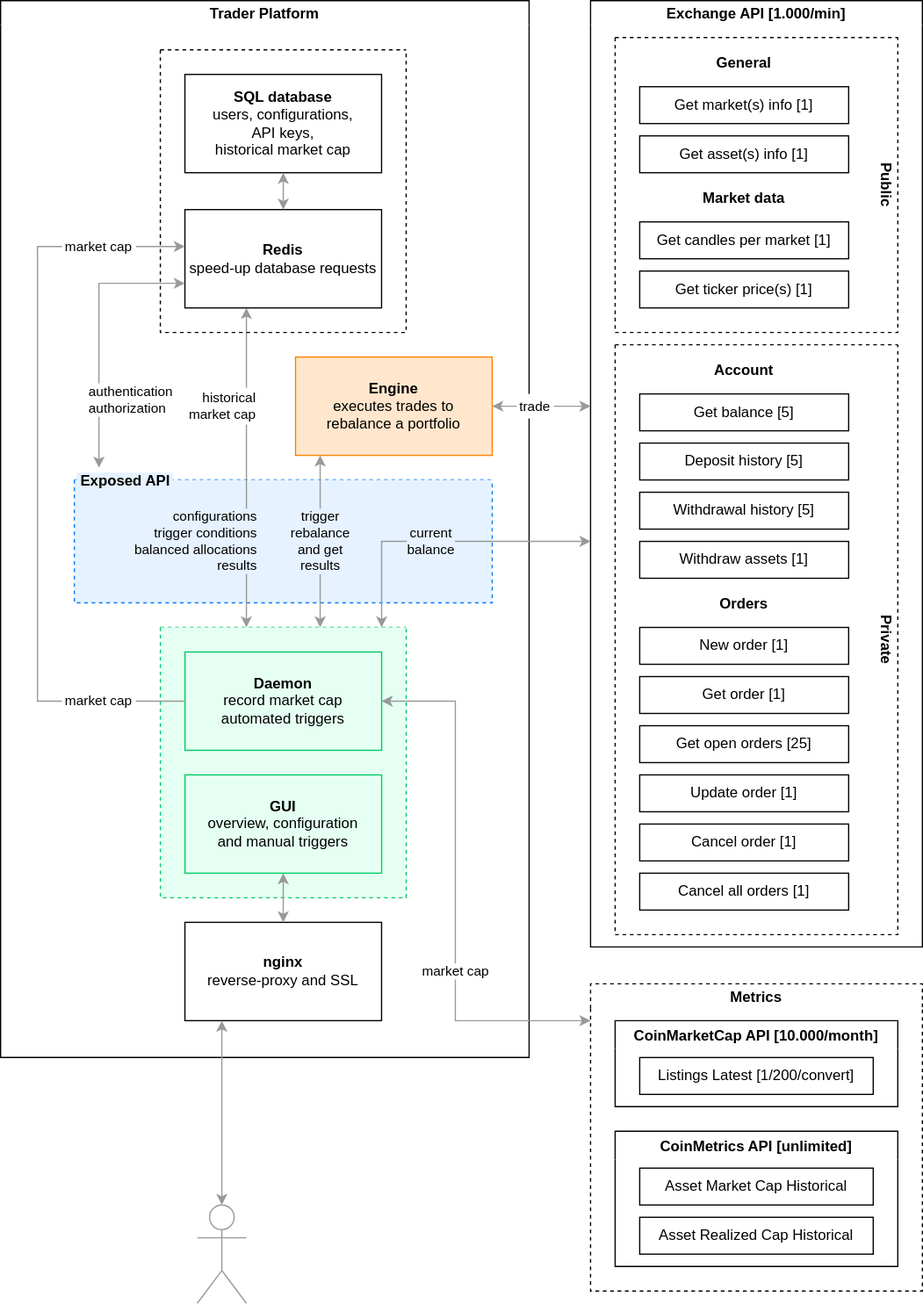
This is Wiki/Diagrams/Architecture-MacroLevel.svg from bvandevliet/TraderPlatform.Core, a draw.io export, as it was before one commit. Source tidied: cells renumbered, new cells last; positions are measured from the earlier drawing's top-left corner, leaving out a move shared by most shapes.
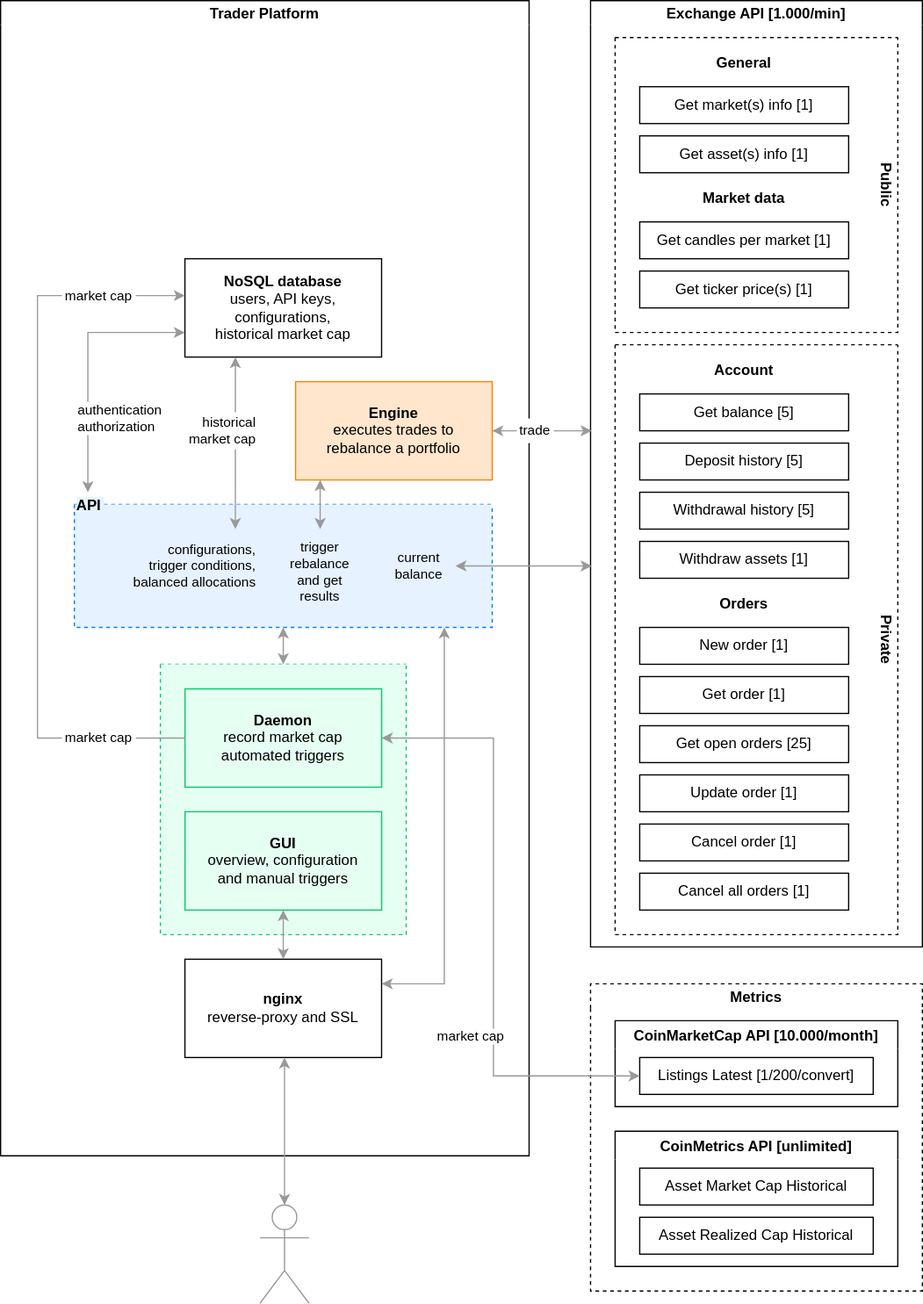
After the commit.

Commit message:
Updated architecture diagram, planning on using NoSql instead.

The edit, as a diff of the source:
```diff
@@ -2,14 +2,26 @@
   <root>
     <mxCell id="0" />
     <mxCell id="1" parent="0" />
-    <mxCell id="2" value="Trader Platform" style="swimlane;startSize=20;strokeColor=default;swimlaneLine=0;fillColor=default;swimlaneFillColor=default;" parent="1" vertex="1">
-      <mxGeometry width="430" height="860" as="geometry" />
+    <mxCell id="2" value="Trader Platform" style="swimlane;startSize=20;strokeColor=default;swimlaneLine=0;fillColor=default;swimlaneFillColor=default;labelBackgroundColor=none;labelBorderColor=none;" parent="1" vertex="1">
+      <mxGeometry width="430" height="940" as="geometry" />
     </mxCell>
-    <mxCell id="3" value=" Exposed API" style="swimlane;startSize=0;dashed=1;strokeColor=#007FFF;fillColor=#E6F2FF;align=left;labelBackgroundColor=#E6F2FF;swimlaneFillColor=#E6F2FF;verticalAlign=middle;" parent="2" vertex="1">
-      <mxGeometry x="60" y="390" width="340" height="100" as="geometry" />
+    <mxCell id="3" value="API" style="swimlane;startSize=0;dashed=1;strokeColor=#007FFF;fillColor=#E6F2FF;align=left;labelBackgroundColor=#E6F2FF;swimlaneFillColor=#E6F2FF;verticalAlign=middle;" parent="2" vertex="1">
+      <mxGeometry x="60" y="410" width="340" height="100" as="geometry" />
     </mxCell>
+    <mxCell id="59" value="&lt;span style=&quot;background-color: rgb(230, 242, 255);&quot;&gt;configurations,&lt;/span&gt;&lt;br style=&quot;&quot;&gt;&lt;div style=&quot;&quot;&gt;trigger conditions,&lt;/div&gt;&lt;div style=&quot;&quot;&gt;balanced allocations&lt;/div&gt;" style="text;strokeColor=none;fillColor=none;align=right;verticalAlign=middle;rounded=0;dashed=1;fontSize=11;whiteSpace=wrap;html=1;labelBackgroundColor=none;" parent="3" vertex="1">
+      <mxGeometry x="40.9" y="20" width="109" height="60" as="geometry" />
+    </mxCell>
+    <mxCell id="60" value="&lt;div style=&quot;&quot;&gt;trigger&lt;/div&gt;&lt;div style=&quot;&quot;&gt;rebalance&lt;/div&gt;&lt;div style=&quot;&quot;&gt;and get&lt;/div&gt;&lt;div style=&quot;&quot;&gt;results&lt;/div&gt;" style="text;strokeColor=none;fillColor=none;align=center;verticalAlign=middle;rounded=0;dashed=1;fontSize=11;whiteSpace=wrap;html=1;labelBackgroundColor=none;" parent="3" vertex="1">
+      <mxGeometry x="170" y="20" width="60" height="70" as="geometry" />
+    </mxCell>
+    <mxCell id="61" value="&lt;div style=&quot;&quot;&gt;&lt;div style=&quot;&quot;&gt;current&lt;/div&gt;&lt;div style=&quot;&quot;&gt;balance&lt;/div&gt;&lt;/div&gt;" style="text;strokeColor=none;fillColor=none;align=center;verticalAlign=middle;rounded=0;dashed=1;fontSize=11;whiteSpace=wrap;html=1;labelBackgroundColor=none;" parent="3" vertex="1">
+      <mxGeometry x="251" y="30" width="59" height="40" as="geometry" />
+    </mxCell>
+    <mxCell id="62" style="edgeStyle=orthogonalEdgeStyle;rounded=0;jettySize=auto;html=1;exitX=0.5;exitY=0;exitDx=0;exitDy=0;labelBackgroundColor=#e6f2ff;strokeColor=#999999;startArrow=classic;startFill=1;" parent="2" edge="1" source="4" target="3">
+      <mxGeometry relative="1" as="geometry" />
+    </mxCell>
     <mxCell id="4" style="swimlane;startSize=0;dashed=1;strokeColor=#00CC66;fillColor=none;align=center;fillStyle=solid;gradientColor=none;swimlaneFillColor=#e6fff3;" parent="2" vertex="1">
-      <mxGeometry x="130" y="510" width="200" height="220" as="geometry" />
+      <mxGeometry x="130" y="540" width="200" height="220" as="geometry" />
     </mxCell>
     <mxCell id="5" value="&lt;div&gt;&lt;b&gt;GUI&lt;br&gt;&lt;/b&gt;&lt;/div&gt;&lt;div&gt;overview, configuration&lt;br&gt;and manual triggers&lt;br&gt;&lt;/div&gt;" style="rounded=0;whiteSpace=wrap;html=1;strokeColor=#00CC66;fillColor=none;" parent="4" vertex="1">
       <mxGeometry x="20" y="120" width="160" height="80" as="geometry" />
@@ -17,89 +29,87 @@
     <mxCell id="6" value="&lt;div&gt;&lt;b&gt;Daemon&lt;/b&gt;&lt;/div&gt;&lt;div&gt;record market cap&lt;/div&gt;&lt;div&gt;automated triggers&lt;/div&gt;" style="rounded=0;whiteSpace=wrap;html=1;strokeColor=#00CC66;fillColor=none;" parent="4" vertex="1">
       <mxGeometry x="20" y="20" width="160" height="80" as="geometry" />
     </mxCell>
-    <mxCell id="7" value="configurations&lt;br&gt;&lt;div&gt;trigger conditions&lt;/div&gt;&lt;div&gt;balanced allocations&lt;/div&gt;&lt;div&gt;results&lt;br&gt;&lt;/div&gt;" style="edgeStyle=orthogonalEdgeStyle;rounded=0;jettySize=auto;html=1;align=right;startArrow=classic;startFill=1;labelBorderColor=none;labelBackgroundColor=#e6f2ff;strokeColor=#999999;" parent="2" edge="1" source="4" target="10">
-      <mxGeometry x="-0.46" y="-10" relative="1" as="geometry">
-        <Array as="points">
-          <mxPoint x="200" y="340" />
-          <mxPoint x="200" y="340" />
-        </Array>
-      </mxGeometry>
-    </mxCell>
-    <mxCell id="8" style="swimlane;startSize=0;dashed=1;strokeColor=#000000;fillColor=none;" parent="2" vertex="1">
-      <mxGeometry x="130" y="40" width="200" height="230" as="geometry" />
-    </mxCell>
-    <mxCell id="9" value="&lt;div&gt;&lt;b&gt;SQL database&lt;br&gt;&lt;/b&gt;&lt;/div&gt;&lt;div&gt;users, configurations,&lt;br&gt;API keys,&lt;br&gt;historical market cap&lt;br&gt;&lt;/div&gt;" style="rounded=0;whiteSpace=wrap;html=1;" parent="8" vertex="1">
-      <mxGeometry x="20" y="20" width="160" height="80" as="geometry" />
-    </mxCell>
-    <mxCell id="10" value="&lt;div&gt;&lt;b&gt;Redis&lt;/b&gt;&lt;/div&gt;&lt;div&gt;speed-up database requests&lt;br&gt;&lt;/div&gt;" style="rounded=0;whiteSpace=wrap;html=1;" parent="8" vertex="1">
-      <mxGeometry x="20" y="130" width="160" height="80" as="geometry" />
-    </mxCell>
-    <mxCell id="11" style="edgeStyle=orthogonalEdgeStyle;rounded=0;jettySize=auto;html=1;startArrow=classic;startFill=1;strokeColor=#999999;" parent="8" edge="1" source="10" target="9">
-      <mxGeometry relative="1" as="geometry" />
-    </mxCell>
     <mxCell id="12" value="&lt;div&gt;&lt;b&gt;Engine&lt;br&gt;&lt;/b&gt;&lt;/div&gt;&lt;div&gt;executes trades to&lt;br&gt;rebalance a portfolio&lt;br&gt;&lt;/div&gt;" style="rounded=0;whiteSpace=wrap;html=1;strokeColor=#FF8000;fillColor=#FFE6CC;" parent="2" vertex="1">
-      <mxGeometry x="240" y="290" width="160" height="80" as="geometry" />
+      <mxGeometry x="240" y="310" width="160" height="80" as="geometry" />
     </mxCell>
+    <mxCell id="63" style="edgeStyle=orthogonalEdgeStyle;rounded=0;jettySize=auto;html=1;exitX=1;exitY=0.25;exitDx=0;exitDy=0;strokeColor=#999;startArrow=classic;startFill=1;" parent="2" edge="1" source="13" target="3">
+      <mxGeometry relative="1" as="geometry">
+        <Array as="points">
+          <mxPoint x="361" y="800" />
+        </Array>
+      </mxGeometry>
+    </mxCell>
     <mxCell id="13" value="&lt;div&gt;&lt;b&gt;nginx&lt;/b&gt;&lt;/div&gt;&lt;div&gt;reverse-proxy and SSL&lt;br&gt;&lt;/div&gt;" style="rounded=0;whiteSpace=wrap;html=1;" parent="2" vertex="1">
-      <mxGeometry x="150" y="750" width="160" height="80" as="geometry" />
+      <mxGeometry x="150" y="780" width="160" height="80" as="geometry" />
     </mxCell>
     <mxCell id="14" style="edgeStyle=orthogonalEdgeStyle;rounded=0;jettySize=auto;html=1;startArrow=classic;startFill=1;strokeColor=#999;" parent="2" edge="1" source="13" target="5">
       <mxGeometry relative="1" as="geometry">
         <Array as="points">
-          <mxPoint x="180" y="650" />
-          <mxPoint x="180" y="650" />
+          <mxPoint x="180" y="680" />
+          <mxPoint x="180" y="680" />
         </Array>
       </mxGeometry>
     </mxCell>
-    <mxCell id="15" value="&lt;div&gt;trigger&lt;/div&gt;&lt;div&gt;rebalance&lt;/div&gt;&lt;div&gt;and get&lt;/div&gt;&lt;div&gt;results&lt;br&gt;&lt;/div&gt;" style="edgeStyle=orthogonalEdgeStyle;rounded=0;jettySize=auto;html=1;startArrow=classic;startFill=1;labelBackgroundColor=#e6f2ff;strokeColor=#999999;" parent="2" edge="1" source="4" target="12">
-      <mxGeometry relative="1" as="geometry">
+    <mxCell id="15" value="&lt;div&gt;&lt;br&gt;&lt;/div&gt;" style="edgeStyle=orthogonalEdgeStyle;rounded=0;jettySize=auto;html=1;startArrow=classic;startFill=1;labelBackgroundColor=#e6f2ff;strokeColor=#999999;" parent="2" edge="1" source="60" target="12">
+      <mxGeometry y="-1" relative="1" as="geometry">
         <Array as="points">
-          <mxPoint x="260" y="400" />
-          <mxPoint x="260" y="400" />
+          <mxPoint x="260" y="410" />
+          <mxPoint x="260" y="410" />
         </Array>
       </mxGeometry>
     </mxCell>
-    <mxCell id="16" value="&lt;div&gt;authentication&lt;/div&gt;&lt;div&gt;authorization&lt;br&gt;&lt;/div&gt;" style="edgeStyle=orthogonalEdgeStyle;rounded=0;jettySize=auto;html=1;entryX=0;entryY=0.75;entryDx=0;entryDy=0;align=left;startArrow=classic;startFill=1;strokeColor=#999999;" parent="2" edge="1" target="10">
-      <mxGeometry x="-0.5" y="10" relative="1" as="geometry">
-        <mxPoint x="80" y="380" as="sourcePoint" />
+    <mxCell id="16" value="&lt;div&gt;authentication&lt;/div&gt;&lt;div&gt;authorization&lt;br&gt;&lt;/div&gt;" style="edgeStyle=orthogonalEdgeStyle;rounded=0;jettySize=auto;html=1;align=left;startArrow=classic;startFill=1;strokeColor=#999999;" parent="2" edge="1" target="9">
+      <mxGeometry x="-0.43" y="10" relative="1" as="geometry">
+        <mxPoint x="71" y="400" as="sourcePoint" />
         <Array as="points">
-          <mxPoint x="80" y="380" />
-          <mxPoint x="80" y="230" />
+          <mxPoint x="71" y="400" />
+          <mxPoint x="71" y="270" />
         </Array>
       </mxGeometry>
     </mxCell>
-    <mxCell id="17" style="edgeStyle=orthogonalEdgeStyle;rounded=0;jettySize=auto;html=1;startArrow=none;strokeColor=#999;" parent="2" edge="1" source="18" target="10">
-      <mxGeometry x="0.76" relative="1" as="geometry">
-        <Array as="points">
-          <mxPoint x="120" y="200" />
-          <mxPoint x="120" y="200" />
-        </Array>
-      </mxGeometry>
-    </mxCell>
     <mxCell id="18" value="&lt;div&gt;market cap&lt;/div&gt;" style="text;strokeColor=none;fillColor=default;align=center;verticalAlign=middle;rounded=0;dashed=1;fontSize=11;whiteSpace=wrap;html=1;" parent="2" vertex="1">
-      <mxGeometry x="50" y="190" width="60" height="20" as="geometry" />
+      <mxGeometry x="50" y="230" width="60" height="20" as="geometry" />
     </mxCell>
     <mxCell id="19" style="edgeStyle=orthogonalEdgeStyle;rounded=0;jettySize=auto;html=1;endArrow=none;startArrow=none;strokeColor=#999999;" parent="2" edge="1" source="20" target="18">
       <mxGeometry x="0.76" relative="1" as="geometry">
         <Array as="points">
-          <mxPoint x="30" y="570" />
-          <mxPoint x="30" y="200" />
+          <mxPoint x="30" y="600" />
+          <mxPoint x="30" y="240" />
         </Array>
       </mxGeometry>
     </mxCell>
     <mxCell id="20" value="&lt;div&gt;market cap&lt;/div&gt;" style="text;strokeColor=none;fillColor=default;align=center;verticalAlign=middle;rounded=0;dashed=1;fontSize=11;whiteSpace=wrap;html=1;" parent="2" vertex="1">
-      <mxGeometry x="50" y="560" width="60" height="20" as="geometry" />
+      <mxGeometry x="50" y="590" width="60" height="20" as="geometry" />
     </mxCell>
     <mxCell id="21" style="edgeStyle=orthogonalEdgeStyle;rounded=0;jettySize=auto;html=1;endArrow=none;strokeColor=#999999;" parent="2" edge="1" source="6" target="20">
       <mxGeometry x="0.76" relative="1" as="geometry">
         <Array as="points">
-          <mxPoint x="90" y="580" />
-          <mxPoint x="90" y="580" />
+          <mxPoint x="90" y="610" />
+          <mxPoint x="90" y="610" />
         </Array>
       </mxGeometry>
     </mxCell>
+    <mxCell id="9" value="&lt;div&gt;&lt;b&gt;NoSQL database&lt;br&gt;&lt;/b&gt;&lt;/div&gt;&lt;div&gt;users, API keys,&lt;br&gt;configurations,&lt;br&gt;historical market cap&lt;br&gt;&lt;/div&gt;" style="rounded=0;whiteSpace=wrap;html=1;" parent="2" vertex="1">
+      <mxGeometry x="150" y="210" width="160" height="80" as="geometry" />
+    </mxCell>
+    <mxCell id="17" style="edgeStyle=orthogonalEdgeStyle;rounded=0;jettySize=auto;html=1;startArrow=none;strokeColor=#999;" parent="2" edge="1" source="18" target="9">
+      <mxGeometry x="0.76" relative="1" as="geometry">
+        <Array as="points">
+          <mxPoint x="141" y="240" />
+          <mxPoint x="141" y="240" />
+        </Array>
+      </mxGeometry>
+    </mxCell>
+    <mxCell id="7" style="edgeStyle=orthogonalEdgeStyle;rounded=0;jettySize=auto;html=1;align=right;startArrow=classic;startFill=1;labelBorderColor=none;labelBackgroundColor=#e6f2ff;strokeColor=#999999;" parent="2" edge="1" source="59" target="9">
+      <mxGeometry x="-1" y="-10" relative="1" as="geometry">
+        <Array as="points">
+          <mxPoint x="191" y="390" />
+          <mxPoint x="191" y="390" />
+        </Array>
+      </mxGeometry>
+    </mxCell>
-    <mxCell id="22" value="&lt;div&gt;historical&lt;/div&gt;&lt;div&gt;market cap&lt;/div&gt;" style="text;strokeColor=none;fillColor=default;align=right;verticalAlign=middle;rounded=0;dashed=1;fontSize=11;whiteSpace=wrap;html=1;" parent="2" vertex="1">
-      <mxGeometry x="150" y="315" width="60" height="30" as="geometry" />
+    <mxCell id="22" value="&lt;div&gt;historical&lt;/div&gt;&lt;div&gt;market cap&lt;/div&gt;" style="text;strokeColor=none;fillColor=default;align=right;verticalAlign=middle;rounded=0;dashed=1;fontSize=11;whiteSpace=wrap;html=1;labelBackgroundColor=none;" parent="2" vertex="1">
+      <mxGeometry x="150" y="335" width="60" height="30" as="geometry" />
     </mxCell>
     <mxCell id="23" style="edgeStyle=orthogonalEdgeStyle;rounded=0;jettySize=auto;html=1;startArrow=classic;startFill=1;exitX=0.5;exitY=0;exitDx=0;exitDy=0;exitPerimeter=0;strokeColor=#999;" parent="1" edge="1" source="24" target="13">
       <mxGeometry relative="1" as="geometry">
@@ -110,7 +120,7 @@
       </mxGeometry>
     </mxCell>
     <mxCell id="24" style="shape=umlActor;verticalLabelPosition=bottom;verticalAlign=top;html=1;outlineConnect=0;fillColor=none;strokeColor=#999;" parent="1" vertex="1">
-      <mxGeometry x="160" y="980" width="40" height="80" as="geometry" />
+      <mxGeometry x="211" y="980" width="40" height="80" as="geometry" />
     </mxCell>
     <mxCell id="25" value="Exchange API [1.000/min]" style="swimlane;swimlaneLine=0;fillColor=default;startSize=20;swimlaneFillColor=default;" parent="1" vertex="1">
       <mxGeometry x="480" width="270" height="770" as="geometry" />
@@ -201,32 +211,28 @@
     </mxCell>
     <mxCell id="54" style="edgeStyle=orthogonalEdgeStyle;rounded=0;jettySize=auto;html=1;startArrow=none;startFill=1;exitX=1;exitY=0.5;exitDx=0;exitDy=0;strokeColor=#999;" parent="1" edge="1" source="57">
       <mxGeometry relative="1" as="geometry">
-        <mxPoint x="480" y="330" as="targetPoint" />
+        <mxPoint x="481" y="350" as="targetPoint" />
         <Array as="points">
-          <mxPoint x="480" y="330" />
+          <mxPoint x="450" y="350" />
+          <mxPoint x="480" y="350" />
         </Array>
       </mxGeometry>
     </mxCell>
-    <mxCell id="55" value="market cap" style="edgeStyle=orthogonalEdgeStyle;rounded=0;jettySize=auto;html=1;startArrow=classic;startFill=1;strokeColor=#999;" parent="1" edge="1" source="6">
-      <mxGeometry x="0.3" relative="1" as="geometry">
-        <mxPoint x="480" y="830" as="targetPoint" />
+    <mxCell id="55" value="market cap" style="edgeStyle=orthogonalEdgeStyle;rounded=0;jettySize=auto;html=1;startArrow=classic;startFill=1;strokeColor=#999;align=right;entryX=0;entryY=0.5;entryDx=0;entryDy=0;" parent="1" edge="1" source="6" target="50">
+      <mxGeometry x="0.38" y="10" relative="1" as="geometry">
         <Array as="points">
-          <mxPoint x="370" y="570" />
-          <mxPoint x="370" y="830" />
+          <mxPoint x="401" y="600" />
+          <mxPoint x="401" y="875" />
         </Array>
       </mxGeometry>
     </mxCell>
-    <mxCell id="56" value="&lt;div&gt;current&lt;/div&gt;&lt;div&gt;balance&lt;/div&gt;" style="edgeStyle=orthogonalEdgeStyle;rounded=0;jettySize=auto;html=1;startArrow=classic;startFill=1;labelBackgroundColor=#e6f2ff;strokeColor=#999999;" parent="1" edge="1" source="4">
-      <mxGeometry x="-0.08" relative="1" as="geometry">
-        <mxPoint x="480" y="440" as="targetPoint" />
-        <Array as="points">
-          <mxPoint x="310" y="440" />
-          <mxPoint x="480" y="440" />
-        </Array>
+    <mxCell id="56" style="edgeStyle=orthogonalEdgeStyle;rounded=0;jettySize=auto;html=1;startArrow=classic;startFill=1;labelBackgroundColor=#e6f2ff;strokeColor=#999999;" parent="1" edge="1" source="61">
+      <mxGeometry x="-0.2" relative="1" as="geometry">
+        <mxPoint x="481" y="460" as="targetPoint" />
       </mxGeometry>
     </mxCell>
     <mxCell id="57" value="&lt;div align=&quot;center&quot;&gt;trade&lt;/div&gt;" style="text;strokeColor=none;fillColor=default;align=center;verticalAlign=middle;rounded=0;dashed=1;fontSize=11;whiteSpace=wrap;html=1;" parent="1" vertex="1">
-      <mxGeometry x="420" y="320" width="30" height="20" as="geometry" />
+      <mxGeometry x="420" y="340" width="30" height="20" as="geometry" />
     </mxCell>
     <mxCell id="58" style="edgeStyle=orthogonalEdgeStyle;rounded=0;jettySize=auto;html=1;startArrow=classic;startFill=1;exitX=1;exitY=0.5;exitDx=0;exitDy=0;endArrow=none;strokeColor=#999;" parent="1" edge="1" source="12" target="57">
       <mxGeometry relative="1" as="geometry" />
```
